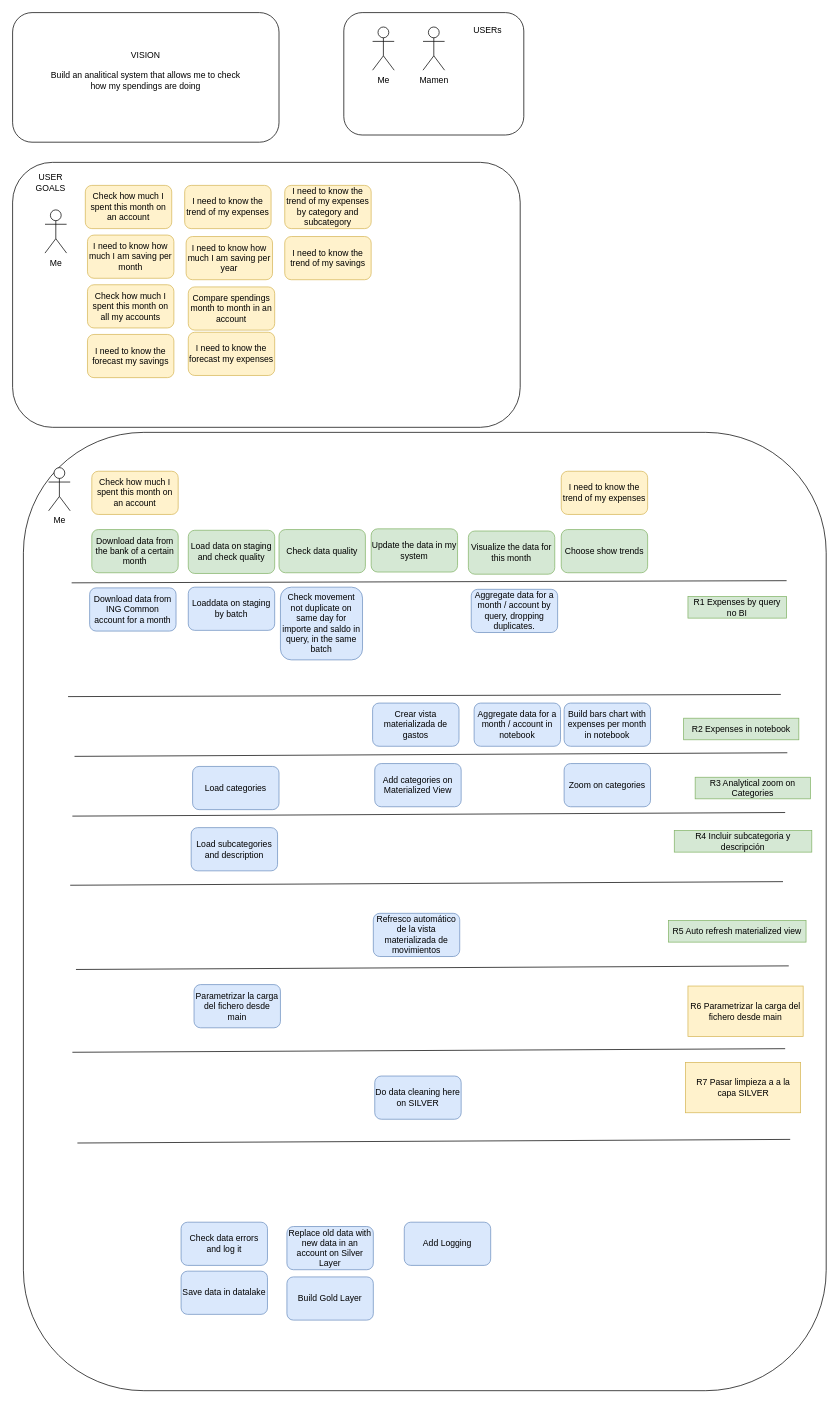
Above: page "User Story Mapping" (1 of 7) of diagrams/diagrams.dio in cperezh/DataEng_Patterns (draw.io), before the change. Source tidied: cells renumbered, new cells numbered last; positions are measured from the earlier drawing's top-left corner, leaving out a move shared by most shapes. Both pictures are drawn from the tidied source at 72%, with x=0, y=0 at pixel (12, 12).
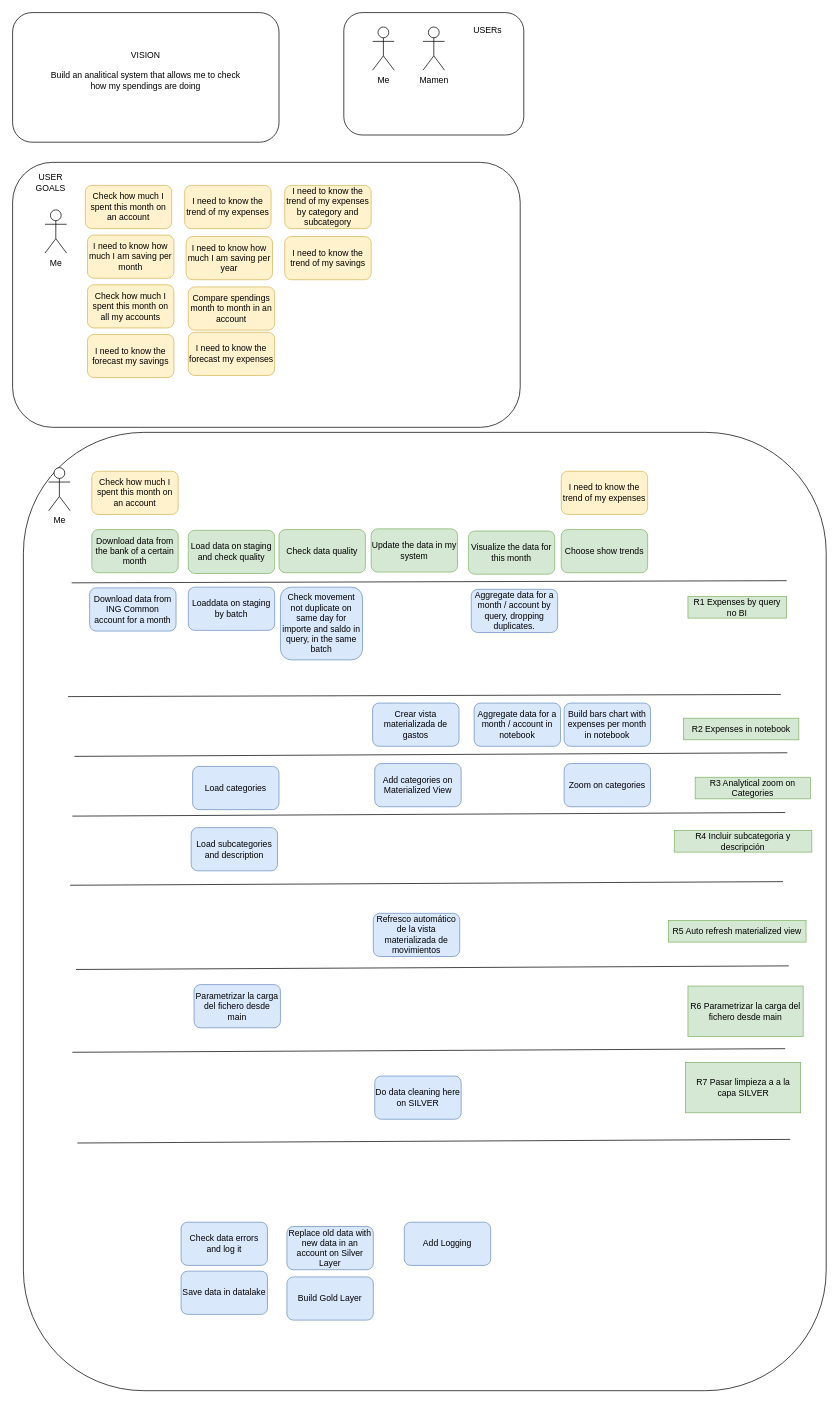
The same page after the edit.

Change to the diagram source:
```diff
@@
-    <mxCell id="36" value="R6&amp;nbsp;&lt;span style=&quot;color: rgb(0, 0, 0);&quot;&gt;Parametrizar la carga del fichero desde main&lt;/span&gt;" style="text;html=1;align=center;verticalAlign=middle;whiteSpace=wrap;rounded=0;fontFamily=Helvetica;fontSize=12;fillColor=#fff2cc;strokeColor=#d6b656;" parent="1" vertex="1">
+    <mxCell id="36" value="R6&amp;nbsp;&lt;span style=&quot;color: rgb(0, 0, 0);&quot;&gt;Parametrizar la carga del fichero desde main&lt;/span&gt;" style="text;html=1;align=center;verticalAlign=middle;whiteSpace=wrap;rounded=0;fontFamily=Helvetica;fontSize=12;fillColor=#d5e8d4;strokeColor=#82b366;" parent="1" vertex="1">
       <mxGeometry x="938" y="1352" width="160" height="70" as="geometry" />
     </mxCell>
@@
-    <mxCell id="63" value="R7&amp;nbsp;&lt;span style=&quot;color: rgb(0, 0, 0);&quot;&gt;Pasar limpieza a a la capa SILVER&lt;/span&gt;" style="text;html=1;align=center;verticalAlign=middle;whiteSpace=wrap;rounded=0;fontFamily=Helvetica;fontSize=12;fillColor=#fff2cc;strokeColor=#d6b656;" parent="1" vertex="1">
+    <mxCell id="63" value="R7&amp;nbsp;&lt;span style=&quot;color: rgb(0, 0, 0);&quot;&gt;Pasar limpieza a a la capa SILVER&lt;/span&gt;" style="text;html=1;align=center;verticalAlign=middle;whiteSpace=wrap;rounded=0;fontFamily=Helvetica;fontSize=12;fillColor=#d5e8d4;strokeColor=#82b366;" parent="1" vertex="1">
       <mxGeometry x="934.5" y="1458" width="160" height="70" as="geometry" />
     </mxCell>
```
